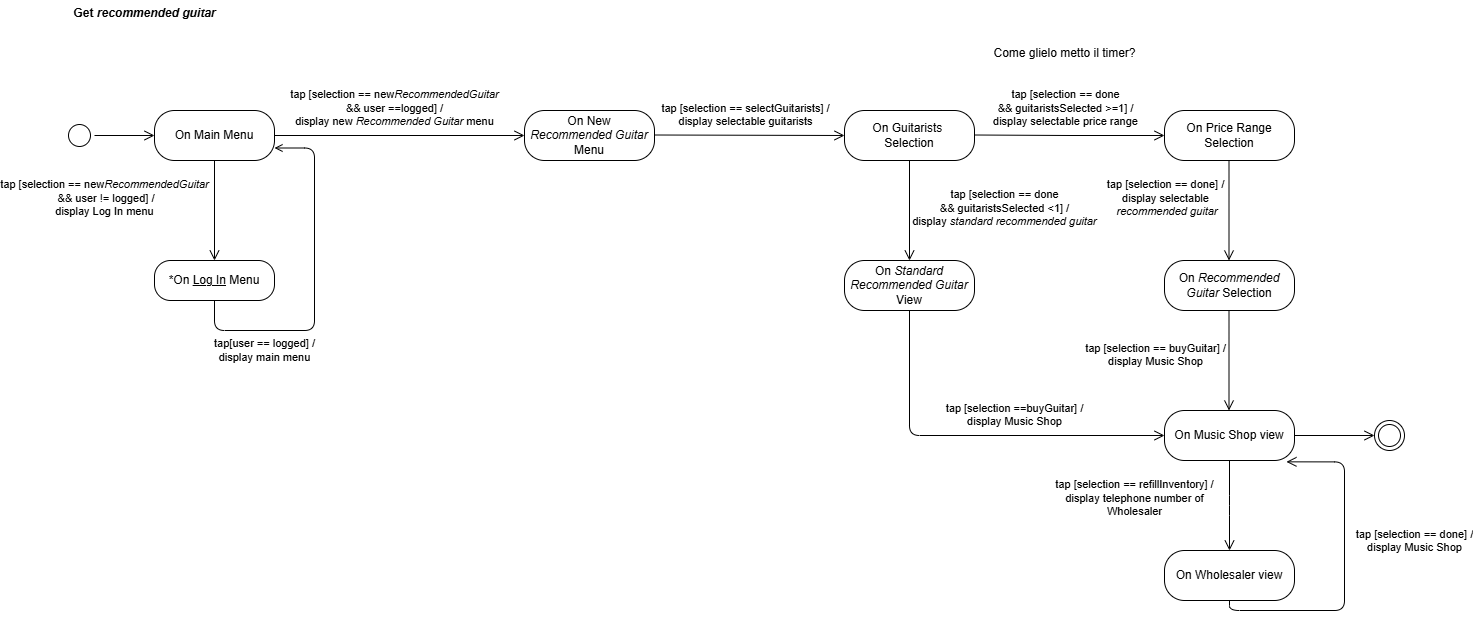
TizianoLilli/ISPW-Project keeps this draw.io diagram as diagrams/StateDiagramM.drawio.png. Above is the earlier version. Source tidied: cells renumbered, new cells last; positions are measured from the earlier drawing's top-left corner, leaving out a move shared by most shapes.
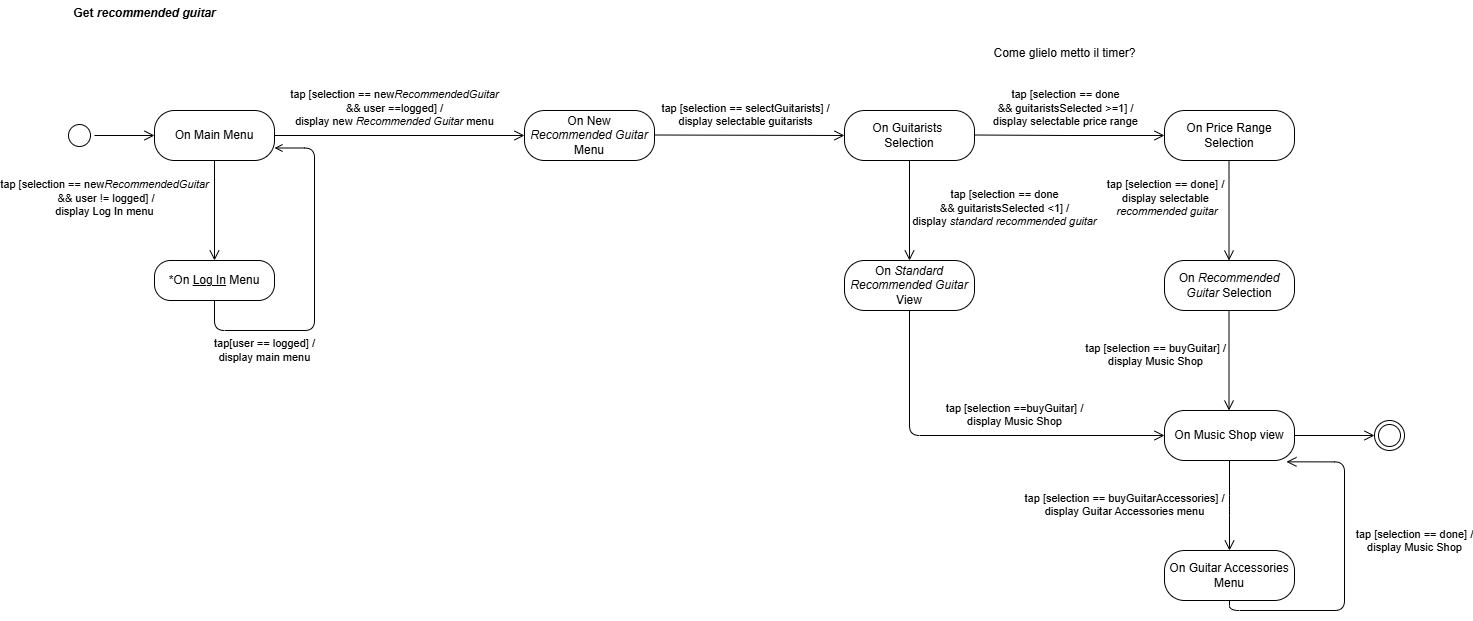
The same diagram one commit later.

What changed in the source:
```diff
@@ -95,12 +95,12 @@
     <mxCell id="25" value="tap [selection ==buyGuitar] /&lt;div&gt;display Music Shop&lt;/div&gt;" style="edgeStyle=orthogonalEdgeStyle;html=1;verticalAlign=bottom;endArrow=open;endSize=8;rounded=1;labelBackgroundColor=none;fontColor=default;entryX=0;entryY=0.5;entryDx=0;entryDy=0;curved=0;exitX=0.5;exitY=1;exitDx=0;exitDy=0;" parent="1" edge="1" source="15" target="19">
       <mxGeometry x="0.21" y="5" relative="1" as="geometry" />
     </mxCell>
-    <mxCell id="26" value="tap [selection == refillInventory] /&lt;div&gt;display telephone number of&lt;/div&gt;&lt;div&gt;&amp;nbsp;Wholesaler&amp;nbsp;&lt;/div&gt;" style="edgeStyle=orthogonalEdgeStyle;html=1;verticalAlign=bottom;endArrow=open;endSize=8;rounded=1;labelBackgroundColor=none;fontColor=default;curved=0;exitX=0.5;exitY=1;exitDx=0;exitDy=0;" parent="1" edge="1" source="19">
-      <mxGeometry x="0.36" y="-95" relative="1" as="geometry">
+    <mxCell id="26" value="tap [selection == buyGuitarAccessories&lt;span style=&quot;background-color: initial;&quot;&gt;] /&lt;/span&gt;&lt;div&gt;&lt;div&gt;display Guitar Accessories menu&lt;/div&gt;&lt;/div&gt;" style="edgeStyle=orthogonalEdgeStyle;html=1;verticalAlign=bottom;endArrow=open;endSize=8;rounded=1;labelBackgroundColor=none;fontColor=default;curved=0;exitX=0.5;exitY=1;exitDx=0;exitDy=0;" parent="1" edge="1" source="19">
+      <mxGeometry x="0.37" y="-105" relative="1" as="geometry">
         <mxPoint x="1165" y="550" as="targetPoint" />
       </mxGeometry>
     </mxCell>
-    <mxCell id="27" value="On Wholesaler view" style="rounded=1;whiteSpace=wrap;html=1;arcSize=40;labelBackgroundColor=none;" parent="1" vertex="1">
+    <mxCell id="27" value="On Guitar Accessories Menu" style="rounded=1;whiteSpace=wrap;html=1;arcSize=40;labelBackgroundColor=none;" parent="1" vertex="1">
       <mxGeometry x="1100" y="550" width="130" height="50" as="geometry" />
     </mxCell>
     <mxCell id="28" value="tap [selection == done] /&lt;div&gt;display Music Shop&lt;/div&gt;" style="edgeStyle=orthogonalEdgeStyle;html=1;verticalAlign=bottom;endArrow=open;endSize=8;rounded=1;labelBackgroundColor=none;fontColor=default;curved=0;exitX=0.5;exitY=1;exitDx=0;exitDy=0;entryX=0.938;entryY=1.027;entryDx=0;entryDy=0;entryPerimeter=0;" parent="1" edge="1" source="27" target="19">
```
